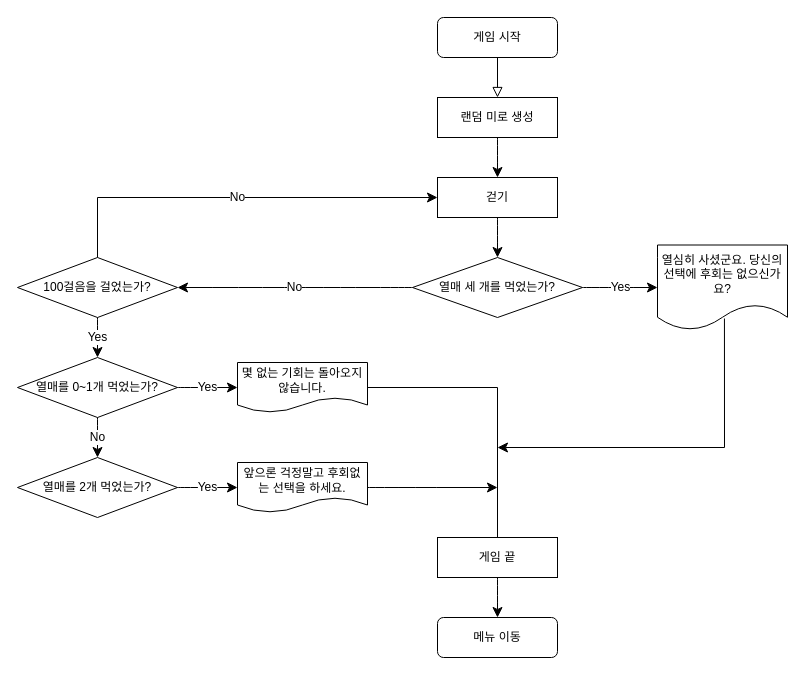
Before: 인생미로.drawio in 2jaeyoung2/Life-a-maze, a draw.io diagram. Source tidied: cells renumbered, new cells numbered last; positions are measured from the earlier drawing's top-left corner, leaving out a move shared by most shapes. Both pictures are drawn from the tidied source at 100%, with x=0, y=0 at pixel (17, 17).
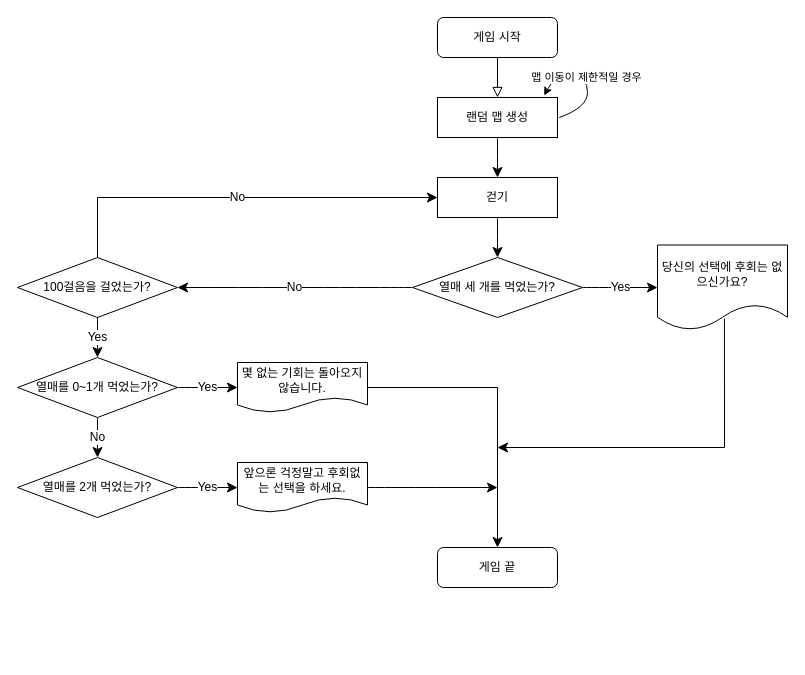
Above is the later version.

What changed in the source:
```diff
@@
-    <mxCell id="4" value="랜덤 미로 생성" style="rounded=0;whiteSpace=wrap;html=1;" parent="1" vertex="1">
+    <mxCell id="4" value="랜덤 맵 생성" style="rounded=0;whiteSpace=wrap;html=1;" parent="1" vertex="1">
       <mxGeometry x="420" y="80" width="120" height="40" as="geometry" />
     </mxCell>
@@
-    <mxCell id="12" value="메뉴 이동" style="rounded=1;whiteSpace=wrap;html=1;fontSize=12;glass=0;strokeWidth=1;shadow=0;" parent="1" vertex="1">
-      <mxGeometry x="420" y="600" width="120" height="40" as="geometry" />
+    <mxCell id="12" value="게임 끝" style="rounded=1;whiteSpace=wrap;html=1;fontSize=12;glass=0;strokeWidth=1;shadow=0;" parent="1" vertex="1">
+      <mxGeometry x="420" y="530" width="120" height="40" as="geometry" />
     </mxCell>
@@
-    <mxCell id="24" value="열심히 사셨군요. 당신의 선택에 후회는 없으신가요?" style="shape=document;whiteSpace=wrap;html=1;boundedLbl=1;" parent="1" vertex="1">
+    <mxCell id="24" value="당신의 선택에 후회는 없으신가요?" style="shape=document;whiteSpace=wrap;html=1;boundedLbl=1;" parent="1" vertex="1">
       <mxGeometry x="640" y="227.5" width="130" height="85" as="geometry" />
     </mxCell>
@@
-    <mxCell id="28" value="게임 끝" style="rounded=0;whiteSpace=wrap;html=1;" parent="1" vertex="1">
-      <mxGeometry x="420" y="520" width="120" height="40" as="geometry" />
-    </mxCell>
-    <mxCell id="29" style="edgeStyle=none;curved=1;rounded=0;orthogonalLoop=1;jettySize=auto;html=1;entryX=0.5;entryY=0;entryDx=0;entryDy=0;fontSize=12;startSize=8;endSize=8;" parent="1" edge="1">
-      <mxGeometry relative="1" as="geometry">
-        <mxPoint x="480" y="560" as="sourcePoint" />
-        <mxPoint x="480" y="600" as="targetPoint" />
-      </mxGeometry>
-    </mxCell>
+    <mxCell id="30" value="맵 이동이 제한적일 경우" style="curved=1;endArrow=classic;html=1;rounded=0;entryX=0.889;entryY=-0.05;entryDx=0;entryDy=0;entryPerimeter=0;" parent="1" edge="1" target="4">
+      <mxGeometry relative="1" as="geometry">
+        <mxPoint x="541.7" y="100" as="sourcePoint" />
+        <Array as="points">
+          <mxPoint x="570" y="90" />
+          <mxPoint x="570" y="60" />
+          <mxPoint x="541.7" y="50" />
+        </Array>
+      </mxGeometry>
+    </mxCell>
```
